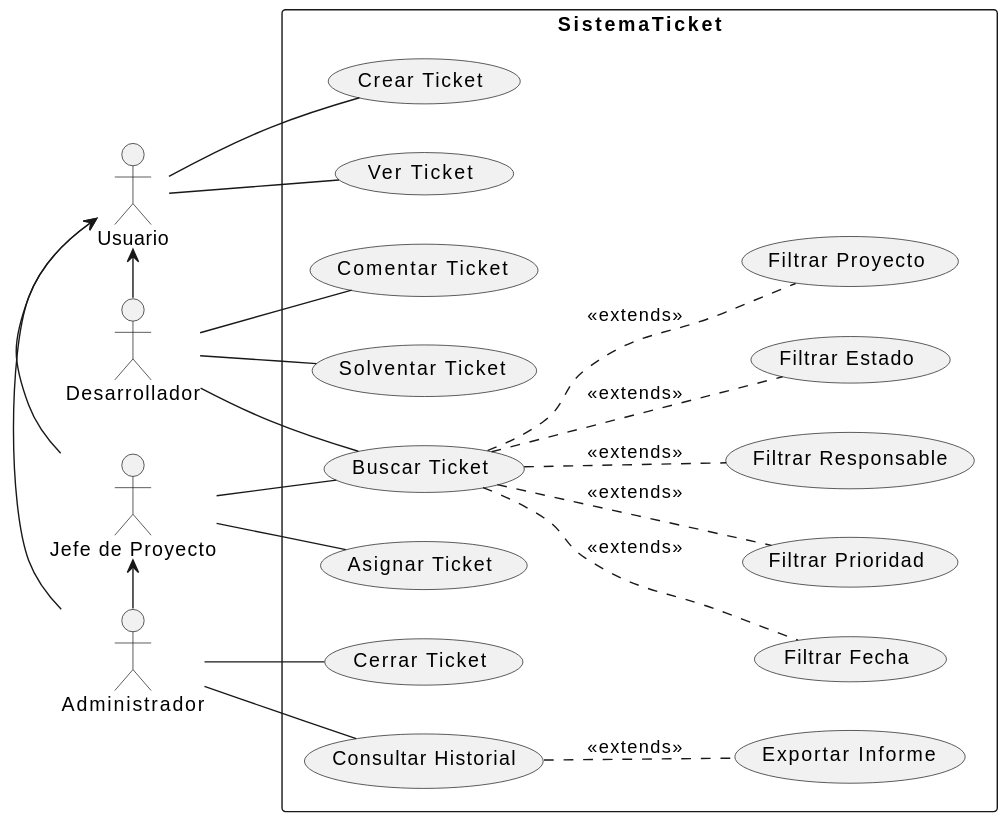
mmasias/23-24-IdSw1-SDR keeps this PlantUML diagram as imagenes/modelosUML/CDUSistemaTicket.svg. Above is the earlier version. The source it was exported from:
```plantuml
@startuml
left to right direction

actor "Jefe de Proyecto" as JefeProyecto
actor Administrador as Admin
actor Usuario as Usuario
actor Desarrollador as Dev

rectangle SistemaTicket{
    Dev -l-> Usuario
    Dev -- (Buscar Ticket)
    Dev -- (Comentar Ticket)
    Dev -- (Solventar Ticket)
    Usuario -l- (Crear Ticket)
    Usuario -- (Ver Ticket)
    JefeProyecto -l-> Usuario
    JefeProyecto -- (Asignar Ticket)
    JefeProyecto -- (Buscar Ticket)
    (Buscar Ticket) .. (Filtrar Fecha) : <<extends>>
    (Buscar Ticket) .. (Filtrar Prioridad) : <<extends>>
    (Buscar Ticket) .. (Filtrar Responsable) : <<extends>>
    (Buscar Ticket) .. (Filtrar Estado) : <<extends>>
    (Buscar Ticket) .. (Filtrar Proyecto) : <<extends>>
    Admin -l-> Usuario
    Admin -l-> JefeProyecto
    Admin -- (Consultar Historial)
    (Consultar Historial) .. (Exportar Informe) : <<extends>>
    Admin -- (Cerrar Ticket)
}
@enduml
```
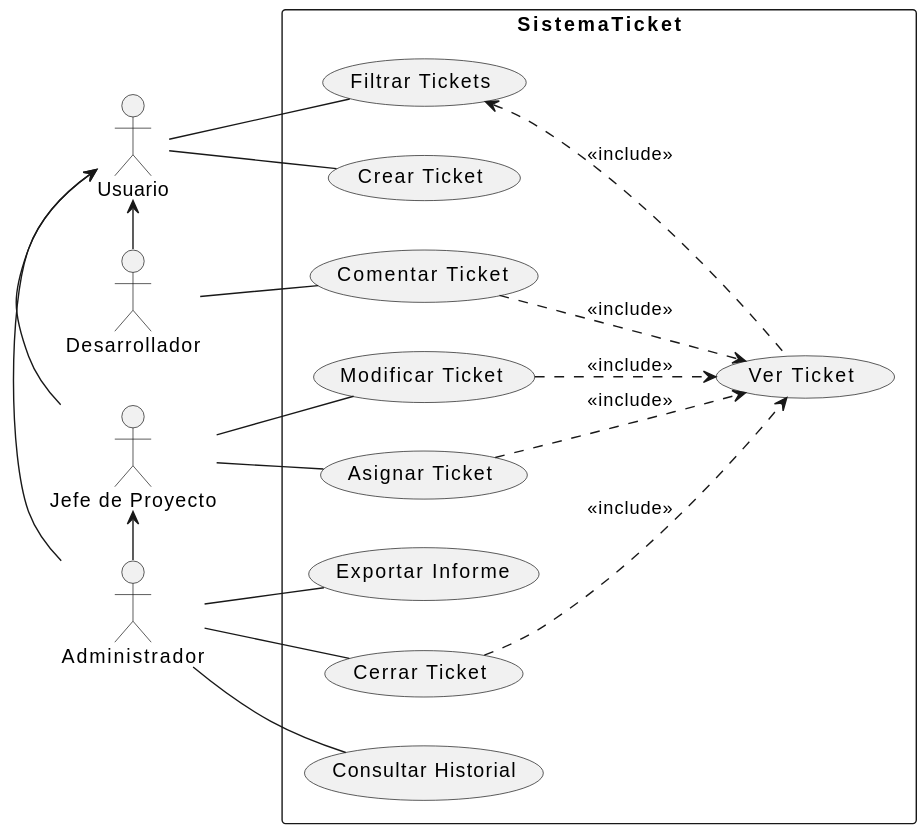
The same diagram one commit later.

Diff of the diagram source:
```diff
@@ -8,23 +8,24 @@
 
 rectangle SistemaTicket{
     Dev -l-> Usuario
-    Dev -- (Buscar Ticket)
     Dev -- (Comentar Ticket)
-    Dev -- (Solventar Ticket)
     Usuario -l- (Crear Ticket)
-    Usuario -- (Ver Ticket)
+    Usuario -- (Filtrar Tickets)
     JefeProyecto -l-> Usuario
     JefeProyecto -- (Asignar Ticket)
-    JefeProyecto -- (Buscar Ticket)
-    (Buscar Ticket) .. (Filtrar Fecha) : <<extends>>
-    (Buscar Ticket) .. (Filtrar Prioridad) : <<extends>>
-    (Buscar Ticket) .. (Filtrar Responsable) : <<extends>>
-    (Buscar Ticket) .. (Filtrar Estado) : <<extends>>
-    (Buscar Ticket) .. (Filtrar Proyecto) : <<extends>>
+    JefeProyecto -- (Modificar Ticket)
     Admin -l-> Usuario
     Admin -l-> JefeProyecto
     Admin -- (Consultar Historial)
-    (Consultar Historial) .. (Exportar Informe) : <<extends>>
+    Admin -- (Exportar Informe)
     Admin -- (Cerrar Ticket)
+
+    (Filtrar Tickets) <.. (Ver Ticket) :<<include>>
+    (Comentar Ticket) ..> (Ver Ticket) :<<include>>
+    (Modificar Ticket) ..> (Ver Ticket) :<<include>>
+    (Asignar Ticket) ..> (Ver Ticket) :<<include>>
+    (Cerrar Ticket) ..> (Ver Ticket) :<<include>>
+
+
 }
 @enduml
```
